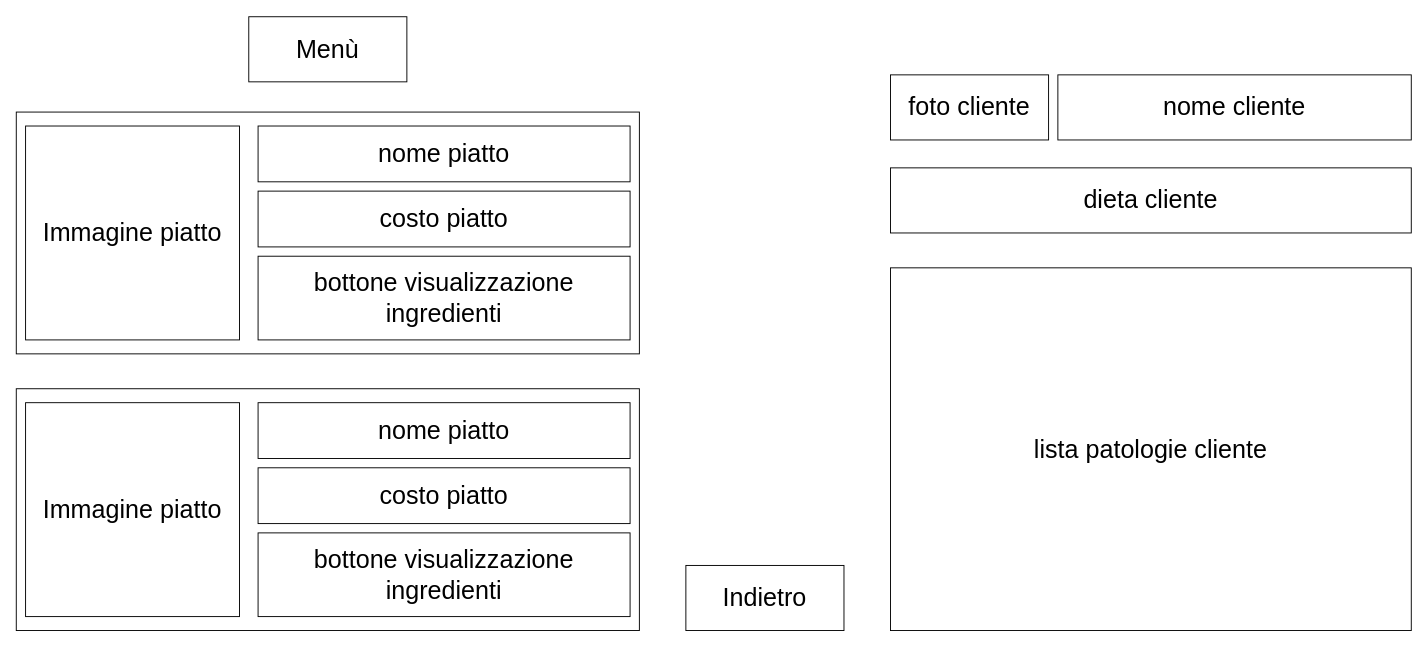
Earlier version of the draw.io diagram doc/Progetti Drawio/PrototipoInterazioneConCliente.drawio (zSavT/Healthy-Catering). Source tidied: cells renumbered, new cells numbered last; positions are measured from the earlier drawing's top-left corner, leaving out a move shared by most shapes. Both pictures are drawn from the tidied source at 93%, with x=0, y=0 at pixel (16, 16).
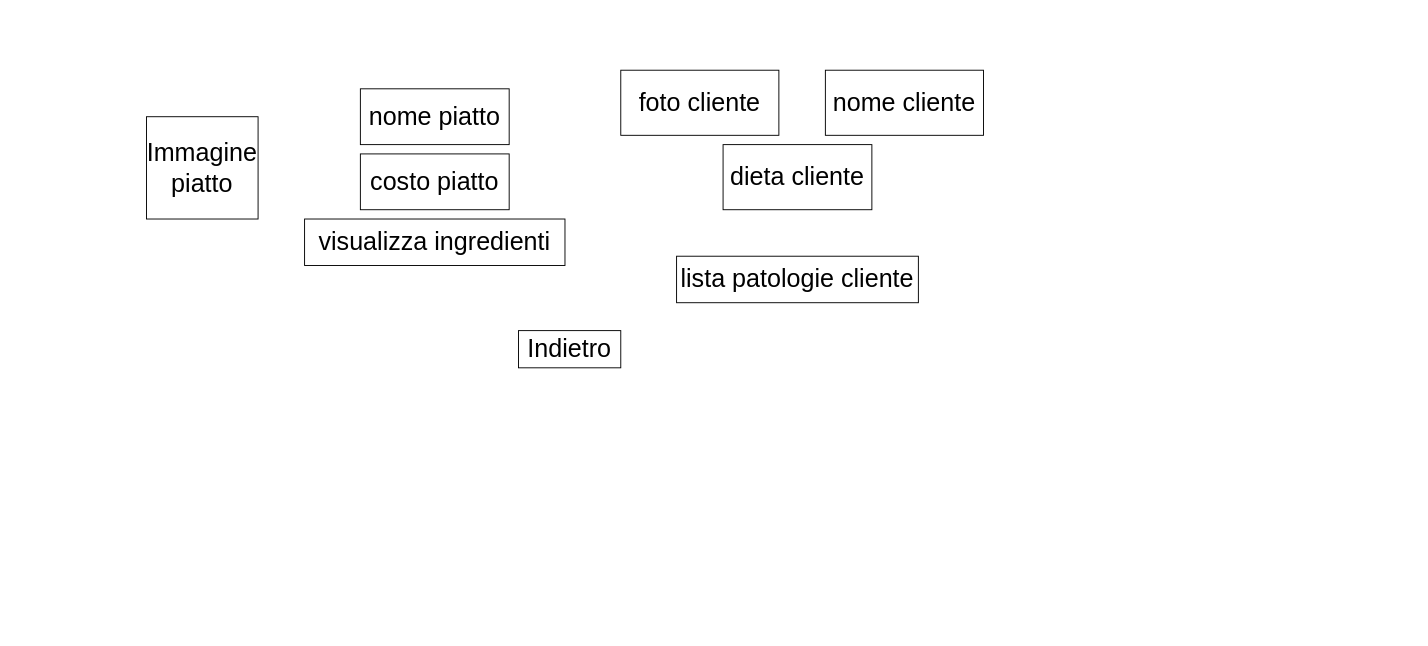
The same page after the edit.

Change to the diagram source:
```diff
@@
 <mxGraphModel>
   <root>
     <mxCell id="0" />
     <mxCell id="1" parent="0" />
-    <mxCell id="2" value="Menù" style="rounded=0;whiteSpace=wrap;html=1;fontSize=27;" parent="1" vertex="1">
-      <mxGeometry x="250" y="0.5" width="170" height="70" as="geometry" />
-    </mxCell>
-    <mxCell id="3" style="whiteSpace=wrap;html=1;" parent="1" vertex="1">
-      <mxGeometry y="103" width="670" height="260" as="geometry" />
-    </mxCell>
     <mxCell id="4" value="dieta cliente" style="rounded=0;whiteSpace=wrap;html=1;fontSize=27;" parent="1" vertex="1">
-      <mxGeometry x="940" y="163" width="560" height="70" as="geometry" />
+      <mxGeometry x="760" y="138" width="160" height="70" as="geometry" />
     </mxCell>
     <mxCell id="5" value="costo piatto" style="rounded=0;whiteSpace=wrap;html=1;fontSize=27;" parent="1" vertex="1">
-      <mxGeometry x="260" y="188" width="400" height="60" as="geometry" />
+      <mxGeometry x="370" y="148" width="160" height="60" as="geometry" />
     </mxCell>
-    <mxCell id="6" value="bottone visualizzazione ingredienti" style="rounded=0;whiteSpace=wrap;html=1;fontSize=27;" parent="1" vertex="1">
-      <mxGeometry x="260" y="258" width="400" height="90" as="geometry" />
+    <mxCell id="6" value="visualizza ingredienti" style="rounded=0;whiteSpace=wrap;html=1;fontSize=27;" parent="1" vertex="1">
+      <mxGeometry x="310" y="218" width="280" height="50" as="geometry" />
     </mxCell>
     <mxCell id="7" value="Immagine piatto" style="rounded=0;whiteSpace=wrap;html=1;fontSize=27;" parent="1" vertex="1">
-      <mxGeometry x="10" y="118" width="230" height="230" as="geometry" />
+      <mxGeometry x="140" y="108" width="120" height="110" as="geometry" />
     </mxCell>
     <mxCell id="8" value="nome piatto" style="rounded=0;whiteSpace=wrap;html=1;fontSize=27;" parent="1" vertex="1">
-      <mxGeometry x="260" y="118" width="400" height="60" as="geometry" />
+      <mxGeometry x="370" y="78" width="160" height="60" as="geometry" />
     </mxCell>
-    <mxCell id="9" style="whiteSpace=wrap;html=1;" parent="1" vertex="1">
-      <mxGeometry y="400.5" width="670" height="260" as="geometry" />
-    </mxCell>
-    <mxCell id="10" value="costo piatto" style="rounded=0;whiteSpace=wrap;html=1;fontSize=27;" parent="1" vertex="1">
-      <mxGeometry x="260" y="485.5" width="400" height="60" as="geometry" />
-    </mxCell>
-    <mxCell id="11" value="bottone visualizzazione ingredienti" style="rounded=0;whiteSpace=wrap;html=1;fontSize=27;" parent="1" vertex="1">
-      <mxGeometry x="260" y="555.5" width="400" height="90" as="geometry" />
-    </mxCell>
-    <mxCell id="12" value="Immagine piatto" style="rounded=0;whiteSpace=wrap;html=1;fontSize=27;" parent="1" vertex="1">
-      <mxGeometry x="10" y="415.5" width="230" height="230" as="geometry" />
-    </mxCell>
-    <mxCell id="13" value="nome piatto" style="rounded=0;whiteSpace=wrap;html=1;fontSize=27;" parent="1" vertex="1">
-      <mxGeometry x="260" y="415.5" width="400" height="60" as="geometry" />
-    </mxCell>
     <mxCell id="14" value="nome cliente" style="rounded=0;whiteSpace=wrap;html=1;fontSize=27;" parent="1" vertex="1">
-      <mxGeometry x="1120" y="63" width="380" height="70" as="geometry" />
+      <mxGeometry x="870" y="58" width="170" height="70" as="geometry" />
     </mxCell>
     <mxCell id="15" value="lista patologie cliente" style="rounded=0;whiteSpace=wrap;html=1;fontSize=27;" parent="1" vertex="1">
-      <mxGeometry x="940" y="270.5" width="560" height="390" as="geometry" />
+      <mxGeometry x="710" y="258" width="260" height="50" as="geometry" />
     </mxCell>
     <mxCell id="16" value="foto cliente" style="rounded=0;whiteSpace=wrap;html=1;fontSize=27;" parent="1" vertex="1">
-      <mxGeometry x="940" y="63" width="170" height="70" as="geometry" />
+      <mxGeometry x="650" y="58" width="170" height="70" as="geometry" />
     </mxCell>
     <mxCell id="17" value="Indietro" style="rounded=0;whiteSpace=wrap;html=1;fontSize=27;" parent="1" vertex="1">
-      <mxGeometry x="720" y="590.5" width="170" height="70" as="geometry" />
+      <mxGeometry x="540" y="338" width="110" height="40" as="geometry" />
     </mxCell>
   </root>
 </mxGraphModel>
```
